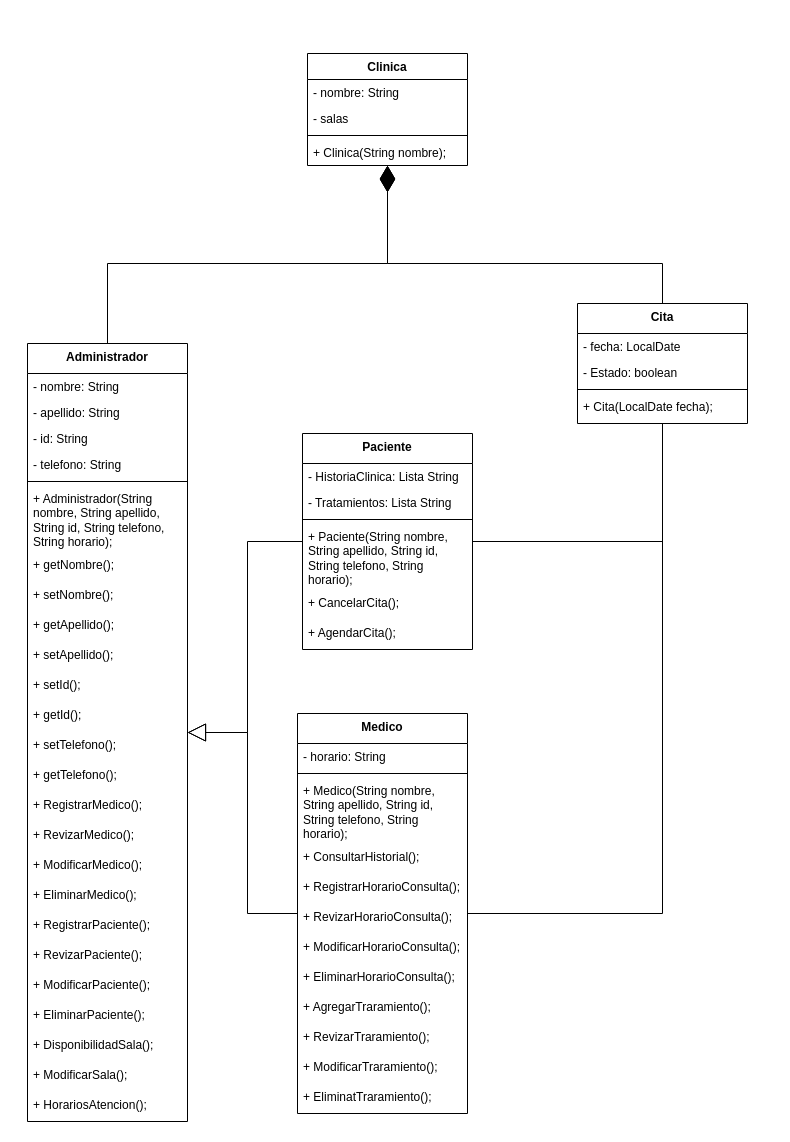
Earlier version of the draw.io diagram Modelo/hospital.drawio (juanjose2114/Hospital). Source tidied: cells renumbered, new cells numbered last; positions are measured from the earlier drawing's top-left corner, leaving out a move shared by most shapes. Both pictures are drawn from the tidied source at 100%, with x=0, y=0 at pixel (27, 53).
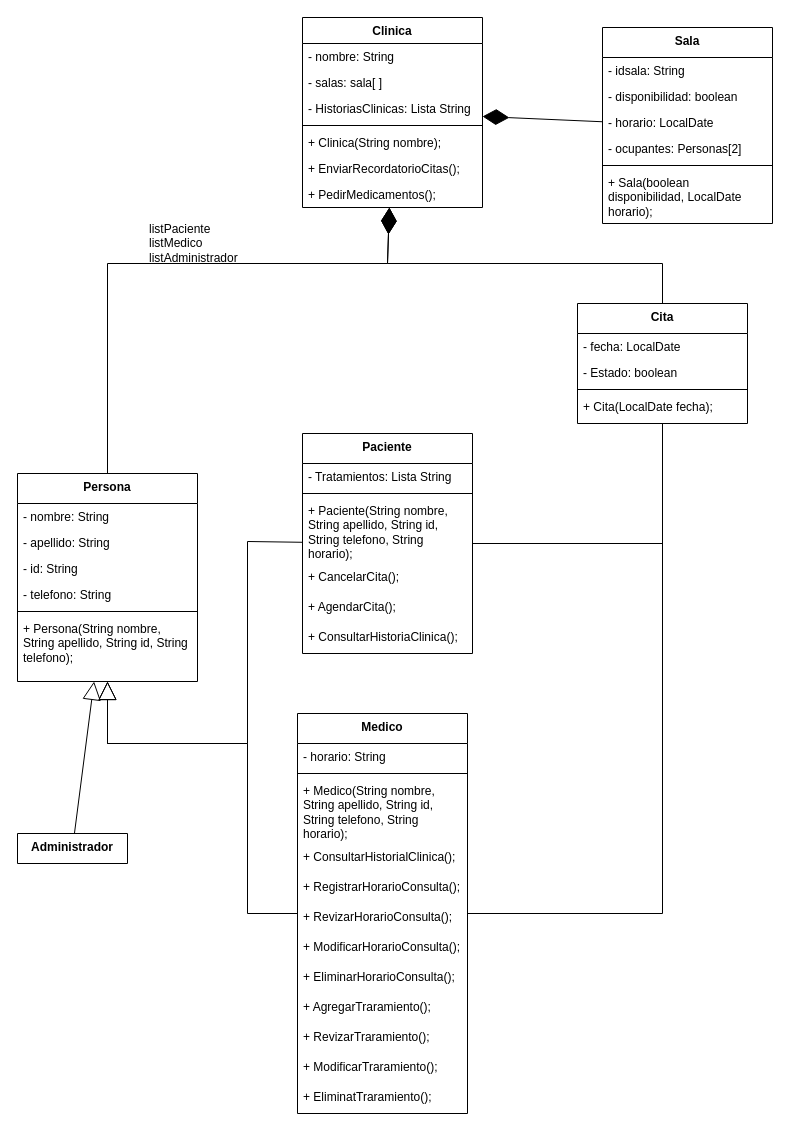
After the change.

Unchanged cells that the change refers to:
```xml
<mxCell id="33" value="Medico" style="swimlane;fontStyle=1;align=center;verticalAlign=top;horizontal=1;startSize=30;whiteSpace=wrap;html=1;" parent="1" vertex="1">
  <mxGeometry x="270" y="660" width="170" height="400" as="geometry" />
</mxCell>
```

Diff of the diagram source:
```diff
@@
     <mxCell id="2" value="Clinica" style="swimlane;fontStyle=1;align=center;verticalAlign=top;horizontal=1;startSize=26;whiteSpace=wrap;html=1;" parent="1" vertex="1">
-      <mxGeometry x="280" width="160" height="112" as="geometry" />
+      <mxGeometry x="275" y="-36" width="180" height="190" as="geometry" />
     </mxCell>
     <mxCell id="3" value="- nombre: String" style="text;strokeColor=none;fillColor=none;align=left;verticalAlign=top;spacingLeft=4;spacingRight=4;overflow=hidden;whiteSpace=wrap;html=1;" parent="2" vertex="1">
-      <mxGeometry y="26" width="160" height="26" as="geometry" />
+      <mxGeometry y="26" width="180" height="26" as="geometry" />
     </mxCell>
-    <mxCell id="4" value="- salas" style="text;strokeColor=none;fillColor=none;align=left;verticalAlign=top;spacingLeft=4;spacingRight=4;overflow=hidden;whiteSpace=wrap;html=1;" parent="2" vertex="1">
-      <mxGeometry y="52" width="160" height="26" as="geometry" />
+    <mxCell id="4" value="- salas: sala[ ]" style="text;strokeColor=none;fillColor=none;align=left;verticalAlign=top;spacingLeft=4;spacingRight=4;overflow=hidden;whiteSpace=wrap;html=1;" parent="2" vertex="1">
+      <mxGeometry y="52" width="180" height="26" as="geometry" />
     </mxCell>
+    <mxCell id="47" value="- HistoriasClinicas: Lista String" style="text;strokeColor=none;fillColor=none;align=left;verticalAlign=top;spacingLeft=4;spacingRight=4;overflow=hidden;whiteSpace=wrap;html=1;" parent="2" vertex="1">
+      <mxGeometry y="78" width="180" height="26" as="geometry" />
+    </mxCell>
     <mxCell id="5" style="line;strokeWidth=1;fillColor=none;align=left;verticalAlign=middle;spacingTop=-1;spacingLeft=3;spacingRight=3;labelPosition=right;strokeColor=inherit;" parent="2" vertex="1">
-      <mxGeometry y="78" width="160" height="8" as="geometry" />
+      <mxGeometry y="104" width="180" height="8" as="geometry" />
     </mxCell>
     <mxCell id="6" value="+ Clinica(String nombre);" style="text;strokeColor=none;fillColor=none;align=left;verticalAlign=top;spacingLeft=4;spacingRight=4;overflow=hidden;whiteSpace=wrap;html=1;" parent="2" vertex="1">
-      <mxGeometry y="86" width="160" height="26" as="geometry" />
+      <mxGeometry y="112" width="180" height="26" as="geometry" />
     </mxCell>
+    <mxCell id="64" value="+ EnviarRecordatorioCitas();" style="text;strokeColor=none;fillColor=none;align=left;verticalAlign=top;spacingLeft=4;spacingRight=4;overflow=hidden;whiteSpace=wrap;html=1;" parent="2" vertex="1">
+      <mxGeometry y="138" width="180" height="26" as="geometry" />
+    </mxCell>
+    <mxCell id="65" value="+ PedirMedicamentos();" style="text;strokeColor=none;fillColor=none;align=left;verticalAlign=top;spacingLeft=4;spacingRight=4;overflow=hidden;whiteSpace=wrap;html=1;" parent="2" vertex="1">
+      <mxGeometry y="164" width="180" height="26" as="geometry" />
+    </mxCell>
-    <mxCell id="7" value="Administrador" style="swimlane;fontStyle=1;align=center;verticalAlign=top;horizontal=1;startSize=30;whiteSpace=wrap;html=1;" parent="1" vertex="1">
-      <mxGeometry y="290" width="160" height="778" as="geometry" />
+    <mxCell id="7" value="Administrador" style="swimlane;fontStyle=1;align=center;verticalAlign=top;horizontal=1;startSize=30;whiteSpace=wrap;html=1;" parent="1" vertex="1" collapsed="1">
+      <mxGeometry x="-10" y="780" width="110" height="30" as="geometry" />
     </mxCell>
-    <mxCell id="8" value="- nombre: String" style="text;strokeColor=none;fillColor=none;align=left;verticalAlign=top;spacingLeft=4;spacingRight=4;overflow=hidden;whiteSpace=wrap;html=1;" parent="7" vertex="1">
-      <mxGeometry y="30" width="160" height="26" as="geometry" />
-    </mxCell>
-    <mxCell id="9" value="- apellido: String" style="text;strokeColor=none;fillColor=none;align=left;verticalAlign=top;spacingLeft=4;spacingRight=4;overflow=hidden;whiteSpace=wrap;html=1;" parent="7" vertex="1">
-      <mxGeometry y="56" width="160" height="26" as="geometry" />
-    </mxCell>
-    <mxCell id="10" value="- id: String" style="text;strokeColor=none;fillColor=none;align=left;verticalAlign=top;spacingLeft=4;spacingRight=4;overflow=hidden;whiteSpace=wrap;html=1;" parent="7" vertex="1">
-      <mxGeometry y="82" width="160" height="26" as="geometry" />
-    </mxCell>
-    <mxCell id="11" value="- telefono: String" style="text;strokeColor=none;fillColor=none;align=left;verticalAlign=top;spacingLeft=4;spacingRight=4;overflow=hidden;whiteSpace=wrap;html=1;" parent="7" vertex="1">
-      <mxGeometry y="108" width="160" height="26" as="geometry" />
-    </mxCell>
-    <mxCell id="12" style="line;strokeWidth=1;fillColor=none;align=left;verticalAlign=middle;spacingTop=-1;spacingLeft=3;spacingRight=3;labelPosition=right;strokeColor=inherit;" parent="7" vertex="1">
-      <mxGeometry y="134" width="160" height="8" as="geometry" />
-    </mxCell>
-    <mxCell id="13" value="+ Administrador(String nombre, String apellido, String id, String telefono, String horario);" style="text;strokeColor=none;fillColor=none;align=left;verticalAlign=top;spacingLeft=4;spacingRight=4;overflow=hidden;whiteSpace=wrap;html=1;" parent="7" vertex="1">
-      <mxGeometry y="142" width="160" height="66" as="geometry" />
-    </mxCell>
-    <mxCell id="14" value="+ getNombre(&lt;span style=&quot;color: rgba(0, 0, 0, 0); font-family: monospace; font-size: 0px; text-wrap-mode: nowrap;&quot;&gt;E&lt;/span&gt;);" style="text;strokeColor=none;fillColor=none;align=left;verticalAlign=top;spacingLeft=4;spacingRight=4;overflow=hidden;whiteSpace=wrap;html=1;" parent="7" vertex="1">
-      <mxGeometry y="208" width="160" height="30" as="geometry" />
-    </mxCell>
-    <mxCell id="15" value="+ setNombre(&lt;span style=&quot;color: rgba(0, 0, 0, 0); font-family: monospace; font-size: 0px; text-wrap-mode: nowrap;&quot;&gt;E&lt;/span&gt;);" style="text;strokeColor=none;fillColor=none;align=left;verticalAlign=top;spacingLeft=4;spacingRight=4;overflow=hidden;whiteSpace=wrap;html=1;" parent="7" vertex="1">
-      <mxGeometry y="238" width="160" height="30" as="geometry" />
-    </mxCell>
-    <mxCell id="16" value="+ getApellido(&lt;span style=&quot;color: rgba(0, 0, 0, 0); font-family: monospace; font-size: 0px; text-wrap-mode: nowrap;&quot;&gt;E&lt;/span&gt;);" style="text;strokeColor=none;fillColor=none;align=left;verticalAlign=top;spacingLeft=4;spacingRight=4;overflow=hidden;whiteSpace=wrap;html=1;" parent="7" vertex="1">
-      <mxGeometry y="268" width="160" height="30" as="geometry" />
-    </mxCell>
-    <mxCell id="17" value="+ setApellido(&lt;span style=&quot;color: rgba(0, 0, 0, 0); font-family: monospace; font-size: 0px; text-wrap-mode: nowrap;&quot;&gt;E&lt;/span&gt;);" style="text;strokeColor=none;fillColor=none;align=left;verticalAlign=top;spacingLeft=4;spacingRight=4;overflow=hidden;whiteSpace=wrap;html=1;" parent="7" vertex="1">
-      <mxGeometry y="298" width="160" height="30" as="geometry" />
-    </mxCell>
-    <mxCell id="18" value="+ setId(&lt;span style=&quot;color: rgba(0, 0, 0, 0); font-family: monospace; font-size: 0px; text-wrap-mode: nowrap;&quot;&gt;E&lt;/span&gt;);" style="text;strokeColor=none;fillColor=none;align=left;verticalAlign=top;spacingLeft=4;spacingRight=4;overflow=hidden;whiteSpace=wrap;html=1;" parent="7" vertex="1">
-      <mxGeometry y="328" width="160" height="30" as="geometry" />
-    </mxCell>
-    <mxCell id="19" value="+ getId(&lt;span style=&quot;color: rgba(0, 0, 0, 0); font-family: monospace; font-size: 0px; text-wrap-mode: nowrap;&quot;&gt;E&lt;/span&gt;);" style="text;strokeColor=none;fillColor=none;align=left;verticalAlign=top;spacingLeft=4;spacingRight=4;overflow=hidden;whiteSpace=wrap;html=1;" parent="7" vertex="1">
-      <mxGeometry y="358" width="160" height="30" as="geometry" />
-    </mxCell>
-    <mxCell id="20" value="+ setTelefono(&lt;span style=&quot;color: rgba(0, 0, 0, 0); font-family: monospace; font-size: 0px; text-wrap-mode: nowrap;&quot;&gt;E&lt;/span&gt;);" style="text;strokeColor=none;fillColor=none;align=left;verticalAlign=top;spacingLeft=4;spacingRight=4;overflow=hidden;whiteSpace=wrap;html=1;" parent="7" vertex="1">
-      <mxGeometry y="388" width="160" height="30" as="geometry" />
-    </mxCell>
-    <mxCell id="21" value="+ getTelefono(&lt;span style=&quot;color: rgba(0, 0, 0, 0); font-family: monospace; font-size: 0px; text-wrap-mode: nowrap;&quot;&gt;E&lt;/span&gt;);" style="text;strokeColor=none;fillColor=none;align=left;verticalAlign=top;spacingLeft=4;spacingRight=4;overflow=hidden;whiteSpace=wrap;html=1;" parent="7" vertex="1">
-      <mxGeometry y="418" width="160" height="30" as="geometry" />
-    </mxCell>
-    <mxCell id="22" value="+ RegistrarMedico(&lt;span style=&quot;color: rgba(0, 0, 0, 0); font-family: monospace; font-size: 0px; text-wrap-mode: nowrap;&quot;&gt;E&lt;/span&gt;);" style="text;strokeColor=none;fillColor=none;align=left;verticalAlign=top;spacingLeft=4;spacingRight=4;overflow=hidden;whiteSpace=wrap;html=1;" parent="7" vertex="1">
-      <mxGeometry y="448" width="160" height="30" as="geometry" />
-    </mxCell>
-    <mxCell id="23" value="+ RevizarMedico(&lt;span style=&quot;color: rgba(0, 0, 0, 0); font-family: monospace; font-size: 0px; text-wrap-mode: nowrap;&quot;&gt;E&lt;/span&gt;);" style="text;strokeColor=none;fillColor=none;align=left;verticalAlign=top;spacingLeft=4;spacingRight=4;overflow=hidden;whiteSpace=wrap;html=1;" parent="7" vertex="1">
-      <mxGeometry y="478" width="160" height="30" as="geometry" />
-    </mxCell>
-    <mxCell id="24" value="+ ModificarMedico(&lt;span style=&quot;color: rgba(0, 0, 0, 0); font-family: monospace; font-size: 0px; text-wrap-mode: nowrap;&quot;&gt;E&lt;/span&gt;);" style="text;strokeColor=none;fillColor=none;align=left;verticalAlign=top;spacingLeft=4;spacingRight=4;overflow=hidden;whiteSpace=wrap;html=1;" parent="7" vertex="1">
-      <mxGeometry y="508" width="160" height="30" as="geometry" />
-    </mxCell>
-    <mxCell id="25" value="+ EliminarMedico(&lt;span style=&quot;color: rgba(0, 0, 0, 0); font-family: monospace; font-size: 0px; text-wrap-mode: nowrap;&quot;&gt;E&lt;/span&gt;);" style="text;strokeColor=none;fillColor=none;align=left;verticalAlign=top;spacingLeft=4;spacingRight=4;overflow=hidden;whiteSpace=wrap;html=1;" parent="7" vertex="1">
-      <mxGeometry y="538" width="160" height="30" as="geometry" />
-    </mxCell>
-    <mxCell id="26" value="+ RegistrarPaciente(&lt;span style=&quot;color: rgba(0, 0, 0, 0); font-family: monospace; font-size: 0px; text-wrap-mode: nowrap;&quot;&gt;E&lt;/span&gt;);" style="text;strokeColor=none;fillColor=none;align=left;verticalAlign=top;spacingLeft=4;spacingRight=4;overflow=hidden;whiteSpace=wrap;html=1;" parent="7" vertex="1">
-      <mxGeometry y="568" width="160" height="30" as="geometry" />
-    </mxCell>
-    <mxCell id="27" value="+ RevizarPaciente(&lt;span style=&quot;color: rgba(0, 0, 0, 0); font-family: monospace; font-size: 0px; text-wrap-mode: nowrap;&quot;&gt;E&lt;/span&gt;);" style="text;strokeColor=none;fillColor=none;align=left;verticalAlign=top;spacingLeft=4;spacingRight=4;overflow=hidden;whiteSpace=wrap;html=1;" parent="7" vertex="1">
-      <mxGeometry y="598" width="160" height="30" as="geometry" />
-    </mxCell>
-    <mxCell id="28" value="+ ModificarPaciente(&lt;span style=&quot;color: rgba(0, 0, 0, 0); font-family: monospace; font-size: 0px; text-wrap-mode: nowrap;&quot;&gt;E&lt;/span&gt;);" style="text;strokeColor=none;fillColor=none;align=left;verticalAlign=top;spacingLeft=4;spacingRight=4;overflow=hidden;whiteSpace=wrap;html=1;" parent="7" vertex="1">
-      <mxGeometry y="628" width="160" height="30" as="geometry" />
-    </mxCell>
-    <mxCell id="29" value="+ EliminarPaciente(&lt;span style=&quot;color: rgba(0, 0, 0, 0); font-family: monospace; font-size: 0px; text-wrap-mode: nowrap;&quot;&gt;E&lt;/span&gt;);" style="text;strokeColor=none;fillColor=none;align=left;verticalAlign=top;spacingLeft=4;spacingRight=4;overflow=hidden;whiteSpace=wrap;html=1;" parent="7" vertex="1">
-      <mxGeometry y="658" width="160" height="30" as="geometry" />
-    </mxCell>
-    <mxCell id="30" value="+ DisponibilidadSala(&lt;span style=&quot;color: rgba(0, 0, 0, 0); font-family: monospace; font-size: 0px; text-wrap-mode: nowrap;&quot;&gt;E&lt;/span&gt;);" style="text;strokeColor=none;fillColor=none;align=left;verticalAlign=top;spacingLeft=4;spacingRight=4;overflow=hidden;whiteSpace=wrap;html=1;" parent="7" vertex="1">
-      <mxGeometry y="688" width="160" height="30" as="geometry" />
-    </mxCell>
-    <mxCell id="31" value="+ ModificarSala(&lt;span style=&quot;color: rgba(0, 0, 0, 0); font-family: monospace; font-size: 0px; text-wrap-mode: nowrap;&quot;&gt;E&lt;/span&gt;);" style="text;strokeColor=none;fillColor=none;align=left;verticalAlign=top;spacingLeft=4;spacingRight=4;overflow=hidden;whiteSpace=wrap;html=1;" parent="7" vertex="1">
-      <mxGeometry y="718" width="160" height="30" as="geometry" />
-    </mxCell>
-    <mxCell id="32" value="+ HorariosAtencion(&lt;span style=&quot;color: rgba(0, 0, 0, 0); font-family: monospace; font-size: 0px; text-wrap-mode: nowrap;&quot;&gt;E&lt;/span&gt;);" style="text;strokeColor=none;fillColor=none;align=left;verticalAlign=top;spacingLeft=4;spacingRight=4;overflow=hidden;whiteSpace=wrap;html=1;" parent="7" vertex="1">
-      <mxGeometry y="748" width="160" height="30" as="geometry" />
-    </mxCell>
@@
-    <mxCell id="37" value="+ ConsultarHistorial(&lt;span style=&quot;color: rgba(0, 0, 0, 0); font-family: monospace; font-size: 0px; text-wrap-mode: nowrap;&quot;&gt;E&lt;/span&gt;);" style="text;strokeColor=none;fillColor=none;align=left;verticalAlign=top;spacingLeft=4;spacingRight=4;overflow=hidden;whiteSpace=wrap;html=1;" parent="33" vertex="1">
+    <mxCell id="37" value="+ ConsultarHistorialClinica(&lt;span style=&quot;color: rgba(0, 0, 0, 0); font-family: monospace; font-size: 0px; text-wrap-mode: nowrap;&quot;&gt;E&lt;/span&gt;);" style="text;strokeColor=none;fillColor=none;align=left;verticalAlign=top;spacingLeft=4;spacingRight=4;overflow=hidden;whiteSpace=wrap;html=1;" parent="33" vertex="1">
       <mxGeometry y="130" width="170" height="30" as="geometry" />
     </mxCell>
@@
     <mxCell id="46" value="Paciente" style="swimlane;fontStyle=1;align=center;verticalAlign=top;horizontal=1;startSize=30;whiteSpace=wrap;html=1;" parent="1" vertex="1">
-      <mxGeometry x="275" y="380" width="170" height="216" as="geometry" />
+      <mxGeometry x="275" y="380" width="170" height="220" as="geometry" />
     </mxCell>
-    <mxCell id="47" value="- HistoriaClinica: Lista String" style="text;strokeColor=none;fillColor=none;align=left;verticalAlign=top;spacingLeft=4;spacingRight=4;overflow=hidden;whiteSpace=wrap;html=1;" parent="46" vertex="1">
-      <mxGeometry y="30" width="170" height="26" as="geometry" />
-    </mxCell>
     <mxCell id="48" value="- Tratamientos: Lista String" style="text;strokeColor=none;fillColor=none;align=left;verticalAlign=top;spacingLeft=4;spacingRight=4;overflow=hidden;whiteSpace=wrap;html=1;" parent="46" vertex="1">
-      <mxGeometry y="56" width="170" height="26" as="geometry" />
+      <mxGeometry y="30" width="170" height="26" as="geometry" />
     </mxCell>
     <mxCell id="49" style="line;strokeWidth=1;fillColor=none;align=left;verticalAlign=middle;spacingTop=-1;spacingLeft=3;spacingRight=3;labelPosition=right;strokeColor=inherit;" parent="46" vertex="1">
-      <mxGeometry y="82" width="170" height="8" as="geometry" />
+      <mxGeometry y="56" width="170" height="8" as="geometry" />
     </mxCell>
     <mxCell id="50" value="+ Paciente(String nombre, String apellido, String id, String telefono, String horario);" style="text;strokeColor=none;fillColor=none;align=left;verticalAlign=top;spacingLeft=4;spacingRight=4;overflow=hidden;whiteSpace=wrap;html=1;" parent="46" vertex="1">
-      <mxGeometry y="90" width="170" height="66" as="geometry" />
+      <mxGeometry y="64" width="170" height="66" as="geometry" />
     </mxCell>
     <mxCell id="51" value="+ CancelarCita();" style="text;strokeColor=none;fillColor=none;align=left;verticalAlign=top;spacingLeft=4;spacingRight=4;overflow=hidden;whiteSpace=wrap;html=1;" parent="46" vertex="1">
-      <mxGeometry y="156" width="170" height="30" as="geometry" />
+      <mxGeometry y="130" width="170" height="30" as="geometry" />
     </mxCell>
     <mxCell id="52" value="+ AgendarCita();" style="text;strokeColor=none;fillColor=none;align=left;verticalAlign=top;spacingLeft=4;spacingRight=4;overflow=hidden;whiteSpace=wrap;html=1;" parent="46" vertex="1">
-      <mxGeometry y="186" width="170" height="30" as="geometry" />
+      <mxGeometry y="160" width="170" height="30" as="geometry" />
     </mxCell>
+    <mxCell id="66" value="+ ConsultarHistoriaClinica();" style="text;strokeColor=none;fillColor=none;align=left;verticalAlign=top;spacingLeft=4;spacingRight=4;overflow=hidden;whiteSpace=wrap;html=1;" parent="46" vertex="1">
+      <mxGeometry y="190" width="170" height="30" as="geometry" />
+    </mxCell>
-    <mxCell id="53" style="endArrow=block;endSize=16;endFill=0;html=1;rounded=0;" parent="1" edge="1" source="33" target="7">
+    <mxCell id="53" style="endArrow=block;endSize=16;endFill=0;html=1;rounded=0;" parent="1" edge="1" source="33" target="67">
       <mxGeometry relative="1" as="geometry">
         <Array as="points">
           <mxPoint x="220" y="860" />
-          <mxPoint x="220" y="679" />
+          <mxPoint x="220" y="690" />
+          <mxPoint x="80" y="690" />
         </Array>
       </mxGeometry>
     </mxCell>
-    <mxCell id="54" style="endArrow=block;endSize=16;endFill=0;html=1;rounded=0;" parent="1" edge="1" source="46" target="7">
+    <mxCell id="54" style="endArrow=block;endSize=16;endFill=0;html=1;rounded=0;" parent="1" edge="1" source="46" target="67">
       <mxGeometry relative="1" as="geometry">
         <Array as="points">
           <mxPoint x="220" y="488" />
-          <mxPoint x="220" y="679" />
+          <mxPoint x="220" y="690" />
+          <mxPoint x="80" y="690" />
         </Array>
       </mxGeometry>
     </mxCell>
-    <mxCell id="55" style="endArrow=diamondThin;endFill=1;endSize=24;html=1;rounded=0;" parent="1" edge="1" source="7" target="2">
+    <mxCell id="55" style="endArrow=diamondThin;endFill=1;endSize=24;html=1;rounded=0;" parent="1" edge="1" source="67" target="2">
       <mxGeometry relative="1" as="geometry">
         <Array as="points">
           <mxPoint x="80" y="210" />
           <mxPoint x="360" y="210" />
         </Array>
       </mxGeometry>
     </mxCell>
@@
+    <mxCell id="67" value="Persona" style="swimlane;fontStyle=1;align=center;verticalAlign=top;horizontal=1;startSize=30;whiteSpace=wrap;html=1;" parent="1" vertex="1">
+      <mxGeometry x="-10" y="420" width="180" height="208" as="geometry" />
+    </mxCell>
+    <mxCell id="8" value="- nombre: String" style="text;strokeColor=none;fillColor=none;align=left;verticalAlign=top;spacingLeft=4;spacingRight=4;overflow=hidden;whiteSpace=wrap;html=1;" parent="67" vertex="1">
+      <mxGeometry y="30" width="180" height="26" as="geometry" />
+    </mxCell>
+    <mxCell id="9" value="- apellido: String" style="text;strokeColor=none;fillColor=none;align=left;verticalAlign=top;spacingLeft=4;spacingRight=4;overflow=hidden;whiteSpace=wrap;html=1;" parent="67" vertex="1">
+      <mxGeometry y="56" width="180" height="26" as="geometry" />
+    </mxCell>
+    <mxCell id="10" value="- id: String" style="text;strokeColor=none;fillColor=none;align=left;verticalAlign=top;spacingLeft=4;spacingRight=4;overflow=hidden;whiteSpace=wrap;html=1;" parent="67" vertex="1">
+      <mxGeometry y="82" width="180" height="26" as="geometry" />
+    </mxCell>
+    <mxCell id="11" value="- telefono: String" style="text;strokeColor=none;fillColor=none;align=left;verticalAlign=top;spacingLeft=4;spacingRight=4;overflow=hidden;whiteSpace=wrap;html=1;" parent="67" vertex="1">
+      <mxGeometry y="108" width="180" height="26" as="geometry" />
+    </mxCell>
+    <mxCell id="68" style="line;strokeWidth=1;fillColor=none;align=left;verticalAlign=middle;spacingTop=-1;spacingLeft=3;spacingRight=3;labelPosition=right;strokeColor=inherit;" parent="67" vertex="1">
+      <mxGeometry y="134" width="180" height="8" as="geometry" />
+    </mxCell>
+    <mxCell id="69" value="+ Persona(String nombre, String apellido, String id, String telefono);" style="text;strokeColor=none;fillColor=none;align=left;verticalAlign=top;spacingLeft=4;spacingRight=4;overflow=hidden;whiteSpace=wrap;html=1;" parent="67" vertex="1">
+      <mxGeometry y="142" width="180" height="66" as="geometry" />
+    </mxCell>
+    <mxCell id="70" style="endArrow=block;endSize=16;endFill=0;html=1;rounded=0;" parent="1" edge="1" source="7" target="67">
+      <mxGeometry relative="1" as="geometry" />
+    </mxCell>
+    <mxCell id="71" value="Sala" style="swimlane;fontStyle=1;align=center;verticalAlign=top;horizontal=1;startSize=30;whiteSpace=wrap;html=1;" parent="1" vertex="1">
+      <mxGeometry x="575" y="-26" width="170" height="196" as="geometry" />
+    </mxCell>
+    <mxCell id="72" value="- idsala: String" style="text;strokeColor=none;fillColor=none;align=left;verticalAlign=top;spacingLeft=4;spacingRight=4;overflow=hidden;whiteSpace=wrap;html=1;" parent="71" vertex="1">
+      <mxGeometry y="30" width="170" height="26" as="geometry" />
+    </mxCell>
+    <mxCell id="73" value="- disponibilidad: boolean" style="text;strokeColor=none;fillColor=none;align=left;verticalAlign=top;spacingLeft=4;spacingRight=4;overflow=hidden;whiteSpace=wrap;html=1;" parent="71" vertex="1">
+      <mxGeometry y="56" width="170" height="26" as="geometry" />
+    </mxCell>
+    <mxCell id="74" value="- horario: LocalDate" style="text;strokeColor=none;fillColor=none;align=left;verticalAlign=top;spacingLeft=4;spacingRight=4;overflow=hidden;whiteSpace=wrap;html=1;" parent="71" vertex="1">
+      <mxGeometry y="82" width="170" height="26" as="geometry" />
+    </mxCell>
+    <mxCell id="75" value="- ocupantes: Personas[2]" style="text;strokeColor=none;fillColor=none;align=left;verticalAlign=top;spacingLeft=4;spacingRight=4;overflow=hidden;whiteSpace=wrap;html=1;" parent="71" vertex="1">
+      <mxGeometry y="108" width="170" height="26" as="geometry" />
+    </mxCell>
+    <mxCell id="76" style="line;strokeWidth=1;fillColor=none;align=left;verticalAlign=middle;spacingTop=-1;spacingLeft=3;spacingRight=3;labelPosition=right;strokeColor=inherit;" parent="71" vertex="1">
+      <mxGeometry y="134" width="170" height="8" as="geometry" />
+    </mxCell>
+    <mxCell id="77" value="+ Sala(boolean disponibilidad, LocalDate horario);" style="text;strokeColor=none;fillColor=none;align=left;verticalAlign=top;spacingLeft=4;spacingRight=4;overflow=hidden;whiteSpace=wrap;html=1;" parent="71" vertex="1">
+      <mxGeometry y="142" width="170" height="54" as="geometry" />
+    </mxCell>
+    <mxCell id="78" style="endArrow=diamondThin;endFill=1;endSize=24;html=1;rounded=0;" parent="1" edge="1" source="71" target="2">
+      <mxGeometry relative="1" as="geometry" />
+    </mxCell>
+    <mxCell id="79" value="listPaciente&lt;div&gt;listMedico&lt;/div&gt;&lt;div&gt;listAdministrador&lt;/div&gt;" style="text;html=1;align=left;verticalAlign=middle;strokeColor=none;fillColor=none;" parent="1" vertex="1">
+      <mxGeometry x="120" y="160" width="110" height="60" as="geometry" />
+    </mxCell>
```
